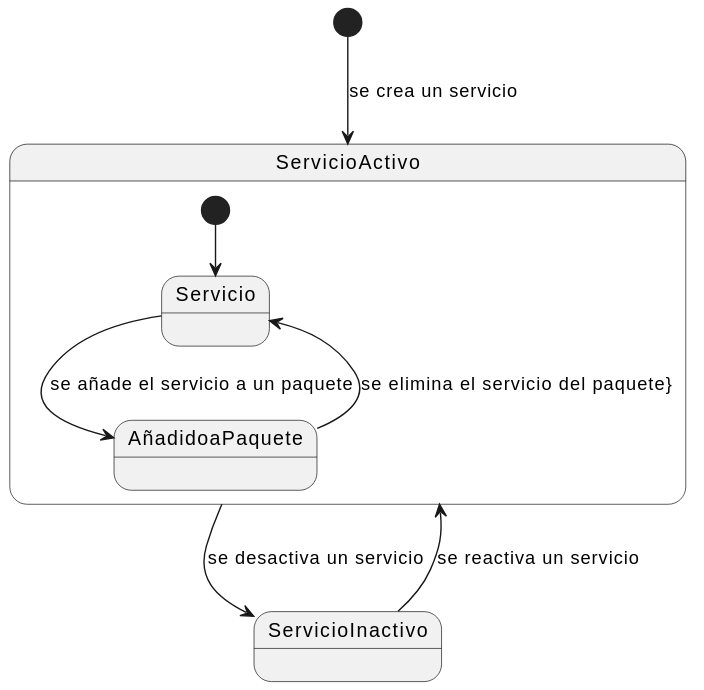
mmasias/23-24-IdSw1-SDR keeps this PlantUML diagram as Modelo_de_Dominio/Diagramas_de_Estado/Cuarta_Iteración/Servicios/Diagrama_de_Estados_Servicios.svg. Above is the earlier version.
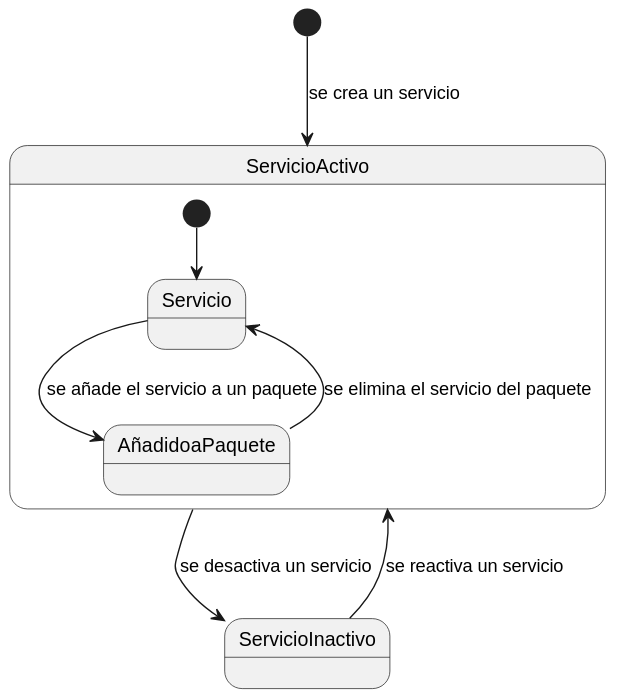
The same diagram one commit later.

Diff of the diagram source:
```diff
@@ -6,5 +6,8 @@
 State ServicioActivo{
 [*]-->Servicio
 Servicio-->AñadidoaPaquete :se añade el servicio a un paquete
-AñadidoaPaquete --> Servicio : se elimina el servicio del paquete}
+AñadidoaPaquete --> Servicio : se elimina el servicio del paquete
+}
+
+
 @enduml
```
